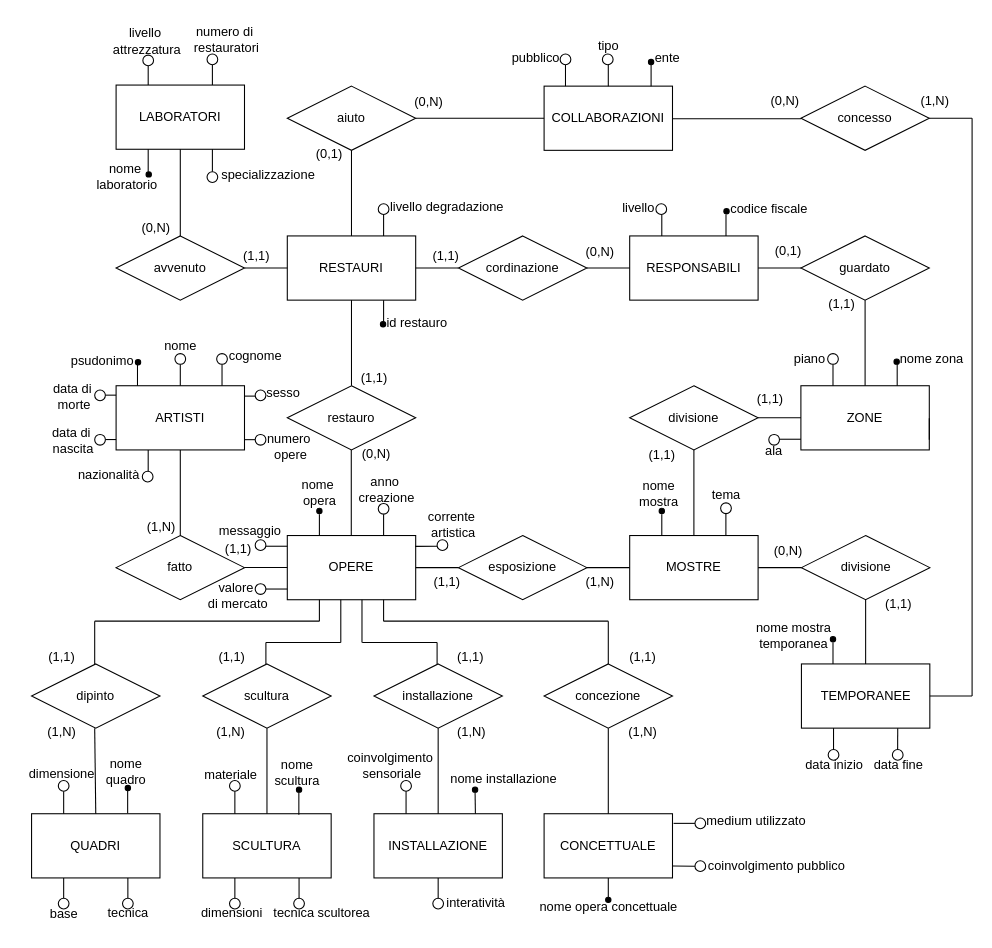
This is doc/museo-ristrutturato.drawio from ColdBerri/Database-Unipd-2025, a draw.io file, before an edit. Source tidied: cells renumbered, new cells numbered last; positions are measured from the earlier drawing's top-left corner, leaving out a move shared by most shapes. Both pictures are drawn from the tidied source at 107%, with x=0, y=0 at pixel (18, 18).
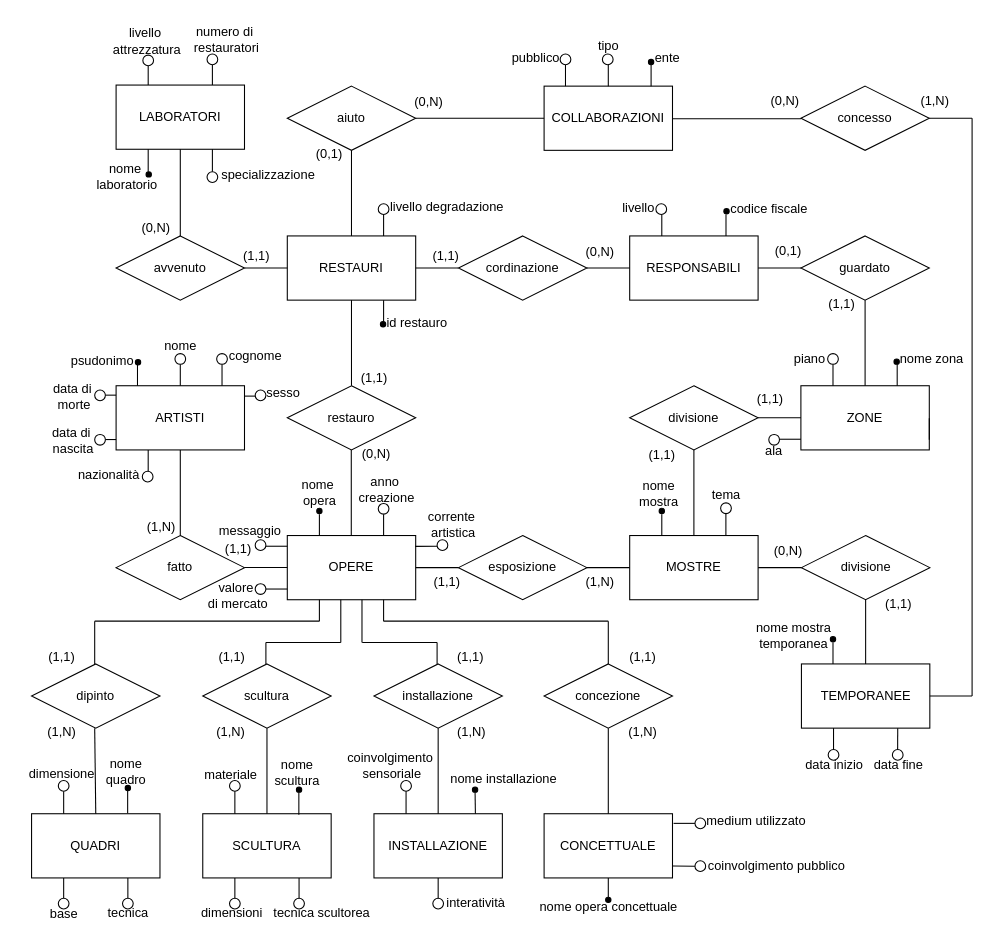
The same diagram, later.

The edit, as a diff of the source:
```diff
@@
-    <mxCell id="72" value="numero&amp;nbsp;&lt;div&gt;opere&lt;/div&gt;" style="text;html=1;align=center;verticalAlign=middle;strokeColor=none;fillColor=none;" parent="1" vertex="1">
-      <mxGeometry x="219" y="379.5" width="70" height="40" as="geometry" />
-    </mxCell>
@@
-    <mxCell id="149" style="endArrow=none;html=1;rounded=0;" parent="1" edge="1">
-      <mxGeometry relative="1" as="geometry">
-        <mxPoint x="211" y="393.4" as="sourcePoint" />
-        <mxPoint x="221" y="393.4" as="targetPoint" />
-      </mxGeometry>
-    </mxCell>
@@
-    <mxCell id="152" style="ellipse;whiteSpace=wrap;html=1;" parent="1" vertex="1">
-      <mxGeometry x="221" y="388.5" width="10" height="10" as="geometry" />
-    </mxCell>
```
